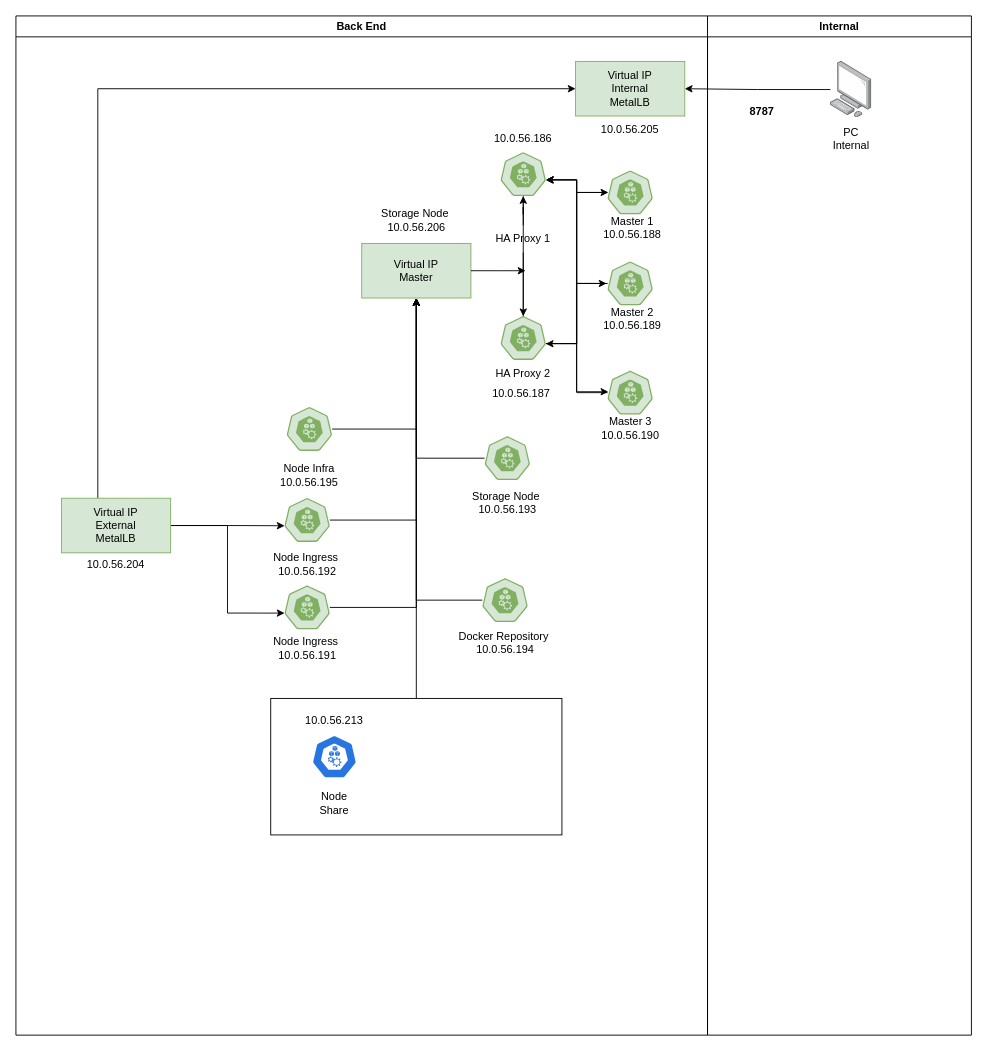
Before: Untitled Diagram.drawio in AndiLiwantoroSusanto/andiliewantorosusanto.github.io, a draw.io diagram. Source tidied: cells renumbered, new cells numbered last; positions are measured from the earlier drawing's top-left corner, leaving out a move shared by most shapes. Both pictures are drawn from the tidied source at 91%, with x=0, y=0 at pixel (15, 15).
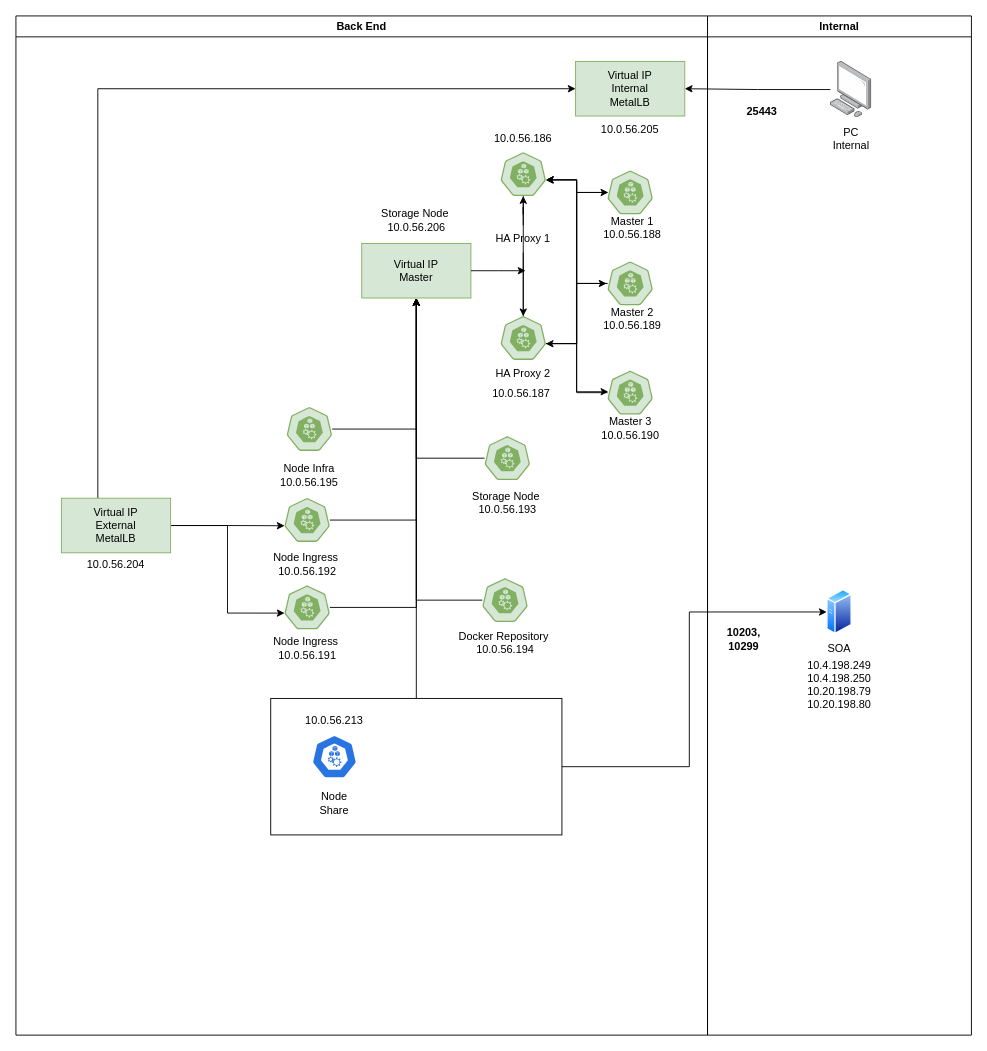
Above is the later version.

Unchanged cells that the change refers to:
```xml
<mxCell id="4" style="rounded=0;whiteSpace=wrap;html=1;" parent="2" vertex="1">
  <mxGeometry x="280" y="750" width="320" height="150" as="geometry" />
</mxCell>
<mxCell id="55" value="Internal" style="swimlane;" parent="1" vertex="1">
  <mxGeometry x="760" width="290" height="1120" as="geometry" />
</mxCell>
```

The edit, as a diff of the source:
```diff
@@
+    <mxCell id="61" style="perimeter=ellipsePerimeter;html=1;align=center;shadow=0;dashed=0;spacingTop=3;image;image=img/lib/active_directory/generic_server.svg;" parent="55" vertex="1">
+      <mxGeometry x="131" y="630" width="28" height="50" as="geometry" />
+    </mxCell>
+    <mxCell id="62" value="SOA" style="text;html=1;strokeColor=none;fillColor=none;align=center;verticalAlign=middle;whiteSpace=wrap;rounded=0;" parent="55" vertex="1">
+      <mxGeometry x="115" y="680" width="60" height="30" as="geometry" />
+    </mxCell>
@@
+    <mxCell id="63" value="10.4.198.249&lt;br&gt;10.4.198.250&lt;br&gt;10.20.198.79&lt;br&gt;10.20.198.80" style="text;html=1;strokeColor=none;fillColor=none;align=center;verticalAlign=middle;whiteSpace=wrap;rounded=0;" parent="55" vertex="1">
+      <mxGeometry x="115" y="720" width="60" height="30" as="geometry" />
+    </mxCell>
+    <mxCell id="64" value="10203,&lt;br&gt;10299" style="text;html=1;strokeColor=none;fillColor=none;align=center;verticalAlign=middle;whiteSpace=wrap;rounded=0;fontStyle=1;" parent="55" vertex="1">
+      <mxGeometry x="10" y="670" width="60" height="30" as="geometry" />
+    </mxCell>
@@
-    <mxCell id="58" value="8787" style="text;html=1;strokeColor=none;fillColor=none;align=center;verticalAlign=middle;whiteSpace=wrap;rounded=0;fontStyle=1;" parent="55" vertex="1">
+    <mxCell id="58" value="25443" style="text;html=1;strokeColor=none;fillColor=none;align=center;verticalAlign=middle;whiteSpace=wrap;rounded=0;fontStyle=1;" parent="55" vertex="1">
       <mxGeometry x="30" y="90" width="60" height="30" as="geometry" />
     </mxCell>
@@
+    <mxCell id="65" style="edgeStyle=orthogonalEdgeStyle;rounded=0;jettySize=auto;html=1;entryX=0;entryY=0.5;entryDx=0;entryDy=0;" parent="1" edge="1" source="4" target="61">
+      <mxGeometry relative="1" as="geometry">
+        <Array as="points">
+          <mxPoint x="740" y="825" />
+          <mxPoint x="740" y="655" />
+        </Array>
+      </mxGeometry>
+    </mxCell>
```
